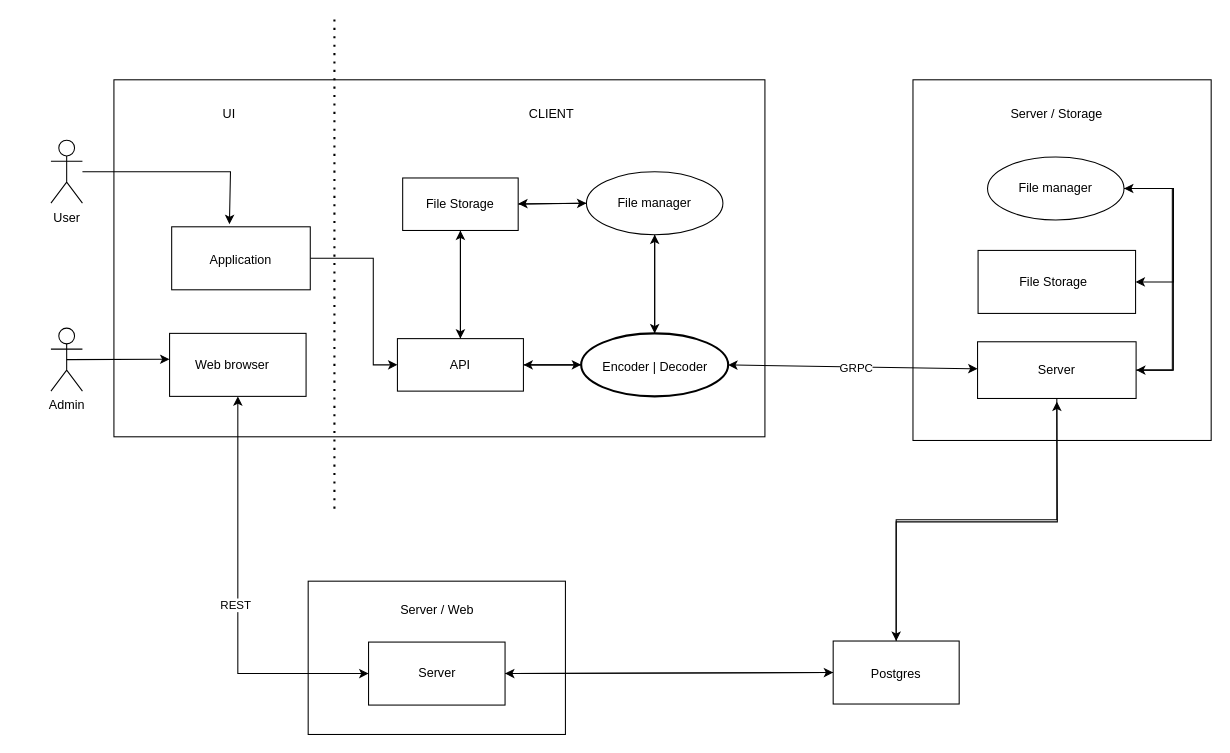
Earlier version of the draw.io diagram doc/schema.drawio (vasiliyantufev/GophKeeper). Source tidied: cells renumbered, new cells numbered last; positions are measured from the earlier drawing's top-left corner, leaving out a move shared by most shapes. Both pictures are drawn from the tidied source at 105%, with x=0, y=0 at pixel (50, 19).
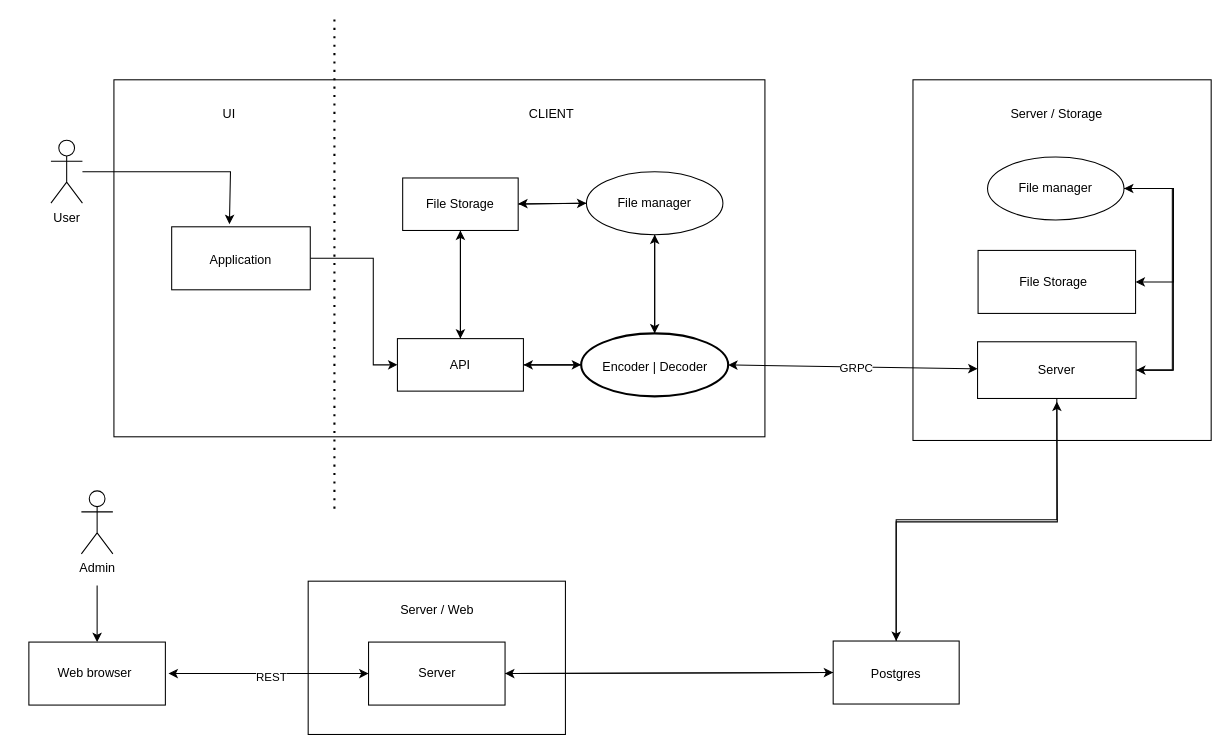
The same diagram, later.

The change refers to these unchanged cells:
```xml
<mxCell id="43" style="rounded=0;whiteSpace=wrap;html=1;" parent="42" vertex="1">
  <mxGeometry x="10" width="130" height="60" as="geometry" />
</mxCell>
<mxCell id="47" style="rounded=0;whiteSpace=wrap;html=1;" parent="46" vertex="1">
  <mxGeometry width="130" height="60" as="geometry" />
</mxCell>
```

Diff of the diagram source:
```diff
@@
-    <mxCell id="31" style="edgeStyle=none;rounded=0;jettySize=auto;html=1;exitX=0.5;exitY=0.5;exitDx=0;exitDy=0;exitPerimeter=0;entryX=0.071;entryY=0.32;entryDx=0;entryDy=0;entryPerimeter=0;" parent="1" edge="1" source="32" target="44">
-      <mxGeometry relative="1" as="geometry" />
+    <mxCell id="31" style="edgeStyle=none;rounded=0;jettySize=auto;html=1;entryX=0.5;entryY=0;entryDx=0;entryDy=0;" parent="1" edge="1" target="43">
+      <mxGeometry relative="1" as="geometry">
+        <mxPoint x="44" y="539" as="sourcePoint" />
+      </mxGeometry>
     </mxCell>
     <mxCell id="32" value="Admin" style="shape=umlActor;verticalLabelPosition=bottom;verticalAlign=top;html=1;outlineConnect=0;" parent="1" vertex="1">
-      <mxGeometry y="294" width="30" height="60" as="geometry" />
+      <mxGeometry x="29" y="449" width="30" height="60" as="geometry" />
     </mxCell>
@@
-    <mxCell id="36" style="endArrow=classic;startArrow=classic;html=1;rounded=0;entryX=0.5;entryY=1;entryDx=0;entryDy=0;exitX=0;exitY=0.5;exitDx=0;exitDy=0;" parent="1" edge="1" source="47" target="43">
+    <mxCell id="36" style="endArrow=classic;startArrow=classic;html=1;rounded=0;entryX=1;entryY=0.5;entryDx=0;entryDy=0;exitX=0;exitY=0.5;exitDx=0;exitDy=0;" parent="1" edge="1" source="47" target="44">
       <mxGeometry relative="1" as="geometry">
         <Array as="points">
           <mxPoint x="178" y="623" />
         </Array>
       </mxGeometry>
     </mxCell>
@@
     <mxCell id="42" style="group;" parent="1" vertex="1">
-      <mxGeometry x="103" y="299" width="140" height="60" as="geometry" />
+      <mxGeometry x="-31" y="593" width="140" height="60" as="geometry" />
     </mxCell>
@@
     <mxCell id="44" value="&lt;div&gt;Web browser&lt;/div&gt;" style="text;html=1;strokeColor=none;fillColor=none;align=center;verticalAlign=middle;whiteSpace=wrap;rounded=0;" parent="42" vertex="1">
-      <mxGeometry y="15" width="140" height="30" as="geometry" />
+      <mxGeometry x="3" y="15" width="140" height="30" as="geometry" />
     </mxCell>
```
